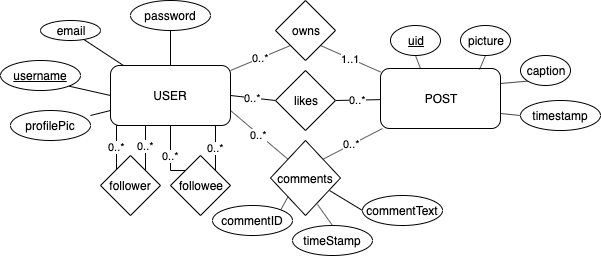
Neilshweky/CIS557-Photo-Sharing-Project keeps this draw.io diagram as images/ER Diagram.png. Above is the earlier version. Source tidied: cells renumbered, new cells last; positions are measured from the earlier drawing's top-left corner, leaving out a move shared by most shapes.
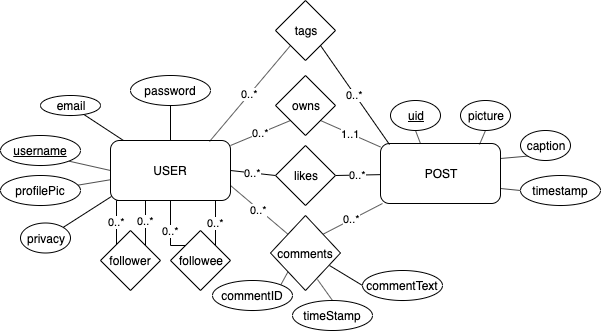
After the commit.

The edit, as a diff of the source:
```diff
@@ -29,13 +29,11 @@
     <mxCell id="10" value="email" style="ellipse;whiteSpace=wrap;html=1;" parent="1" vertex="1">
       <mxGeometry x="40" y="20" width="60" height="20" as="geometry" />
     </mxCell>
-    <mxCell id="11" style="rounded=0;jettySize=auto;html=1;entryX=0;entryY=0.75;entryDx=0;entryDy=0;endArrow=none;endFill=0;" parent="1" edge="1" target="5">
-      <mxGeometry relative="1" as="geometry">
-        <mxPoint x="90" y="115" as="sourcePoint" />
-      </mxGeometry>
-    </mxCell>
+    <mxCell id="41" style="edgeStyle=none;rounded=0;jettySize=auto;html=1;endArrow=none;endFill=0;" parent="1" edge="1" source="12" target="5">
+      <mxGeometry relative="1" as="geometry" />
+    </mxCell>
     <mxCell id="12" value="profilePic" style="ellipse;whiteSpace=wrap;html=1;" parent="1" vertex="1">
-      <mxGeometry x="10" y="110" width="80" height="30" as="geometry" />
+      <mxGeometry y="100" width="80" height="30" as="geometry" />
     </mxCell>
     <mxCell id="13" style="edgeStyle=none;rounded=0;jettySize=auto;html=1;exitX=0.5;exitY=1;exitDx=0;exitDy=0;endArrow=none;endFill=0;" parent="1" edge="1" source="14" target="5">
       <mxGeometry relative="1" as="geometry" />
@@ -139,5 +137,20 @@
     <mxCell id="40" value="commentID" style="ellipse;whiteSpace=wrap;html=1;" parent="1" vertex="1">
       <mxGeometry x="212" y="205" width="80" height="30" as="geometry" />
     </mxCell>
+    <mxCell id="42" style="edgeStyle=none;rounded=0;jettySize=auto;html=1;exitX=1;exitY=0;exitDx=0;exitDy=0;entryX=0.008;entryY=0.933;entryDx=0;entryDy=0;entryPerimeter=0;endArrow=none;endFill=0;" parent="1" edge="1" source="43" target="5">
+      <mxGeometry relative="1" as="geometry" />
+    </mxCell>
+    <mxCell id="43" value="privacy" style="ellipse;whiteSpace=wrap;html=1;" parent="1" vertex="1">
+      <mxGeometry x="20" y="147.5" width="50" height="30" as="geometry" />
+    </mxCell>
+    <mxCell id="44" value="0..*" style="edgeStyle=none;rounded=0;jettySize=auto;html=1;exitX=0;exitY=1;exitDx=0;exitDy=0;entryX=0.825;entryY=0.017;entryDx=0;entryDy=0;entryPerimeter=0;endArrow=none;endFill=0;" parent="1" edge="1" source="46" target="5">
+      <mxGeometry relative="1" as="geometry" />
+    </mxCell>
+    <mxCell id="45" value="0..*" style="edgeStyle=none;rounded=0;jettySize=auto;html=1;exitX=1;exitY=1;exitDx=0;exitDy=0;entryX=0.075;entryY=0.017;entryDx=0;entryDy=0;entryPerimeter=0;endArrow=none;endFill=0;" parent="1" edge="1" source="46" target="6">
+      <mxGeometry relative="1" as="geometry" />
+    </mxCell>
+    <mxCell id="46" value="tags" style="rhombus;whiteSpace=wrap;html=1;" parent="1" vertex="1">
+      <mxGeometry x="275" y="-75" width="60" height="60" as="geometry" />
+    </mxCell>
   </root>
 </mxGraphModel>
```
